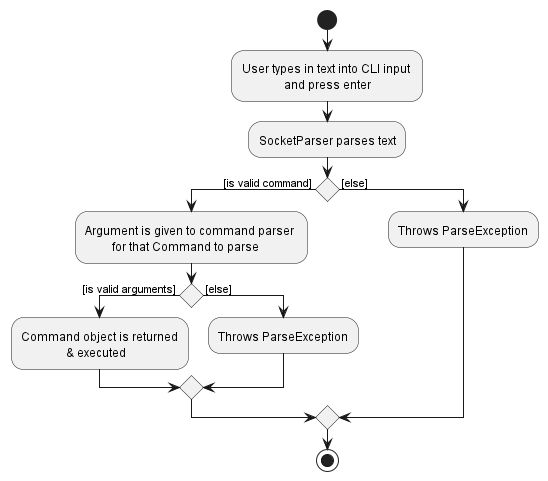
nus-cs2103-AY2223S2/tp keeps this PlantUML diagram as docs/images/UserInputActivityDiagram.png. Above is the earlier version.
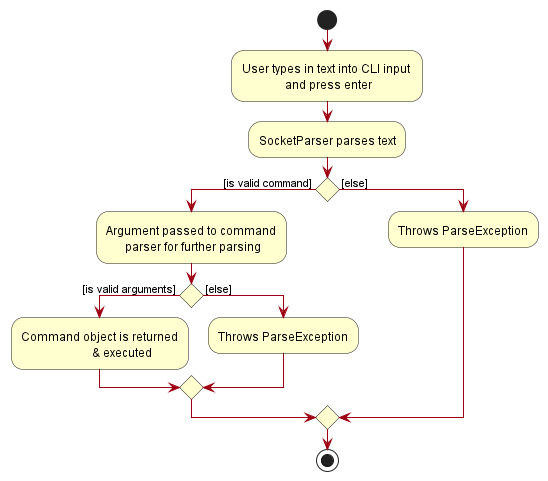
After the commit.

Diff of the diagram source:
```diff
@@ -1,11 +1,15 @@
 @startuml
-
+!include style.puml
+skinparam activity {
+BackgroundColor #FFFFD0
+ArrowColor MODEL_COLOR
+}
 start
 
-:User types in text into CLI input \n              and press enter;
+:User types in text into CLI input \n and press enter;
 :SocketParser parses text;
 if () then ([is valid command] )
-  :Argument is given to command parser \n         for that Command to parse;
+  :Argument passed to command\n parser for further parsing;
   if () then ([is valid arguments] )
     :Command object is returned\n               & executed;
   else ( [else])
@@ -16,5 +20,4 @@
 endif
 
 stop
-
 @enduml
```
